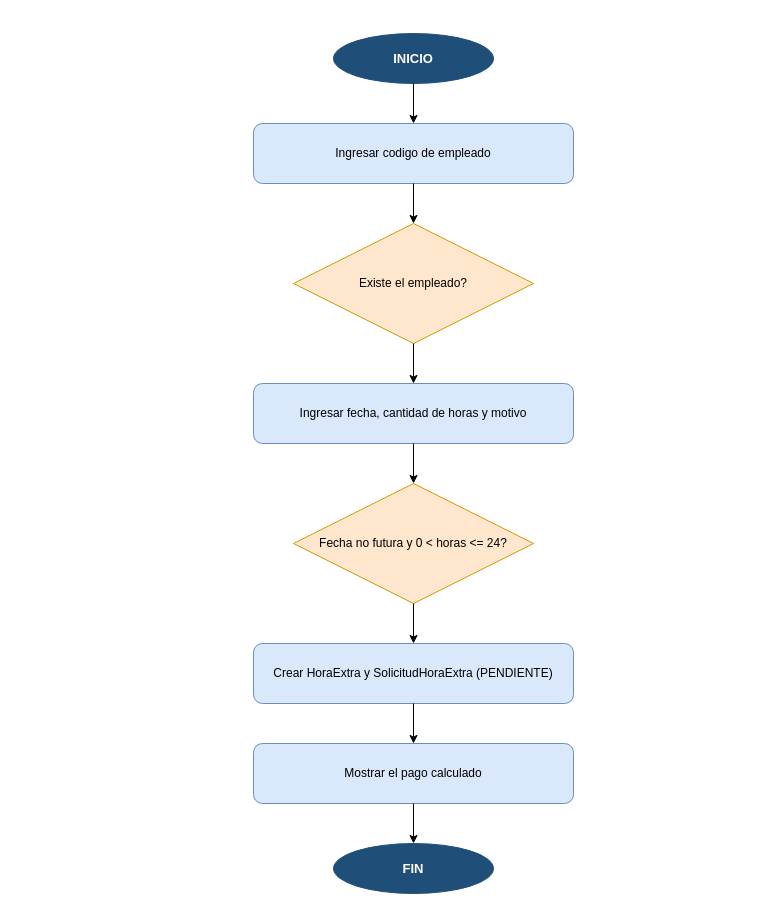
Before: drawio/flujo_registro_horas_extras.drawio in marlo4220mc/sistema-horas-extras, a draw.io diagram. Source tidied: cells renumbered, new cells numbered last; positions are measured from the earlier drawing's top-left corner, leaving out a move shared by most shapes. Both pictures are drawn from the tidied source at 100%, with x=0, y=0 at pixel (253, 33).
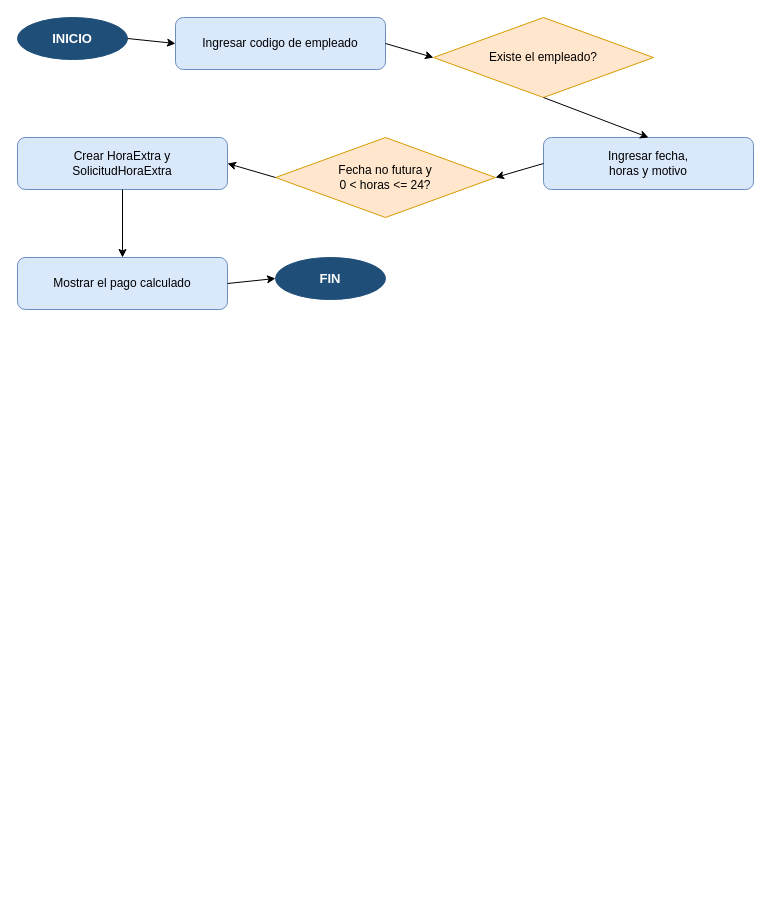
The same page after the edit.

Diff of the diagram source:
```diff
@@
 <mxGraphModel>
   <root>
     <mxCell id="0" />
     <mxCell id="1" parent="0" />
     <mxCell id="2" value="INICIO" style="ellipse;whiteSpace=wrap;html=1;fillColor=#1f4e79;fontColor=#ffffff;strokeColor=#1f4e79;fontStyle=1;fontSize=13;" parent="1" vertex="1">
-      <mxGeometry x="80" width="160" height="50" as="geometry" />
+      <mxGeometry x="-236" y="-16" width="110" height="42" as="geometry" />
     </mxCell>
     <mxCell id="3" value="Ingresar codigo de empleado" style="rounded=1;whiteSpace=wrap;html=1;fillColor=#dae8fc;strokeColor=#6c8ebf;fontSize=12;" parent="1" vertex="1">
-      <mxGeometry y="90" width="320" height="60" as="geometry" />
+      <mxGeometry x="-78" y="-16" width="210" height="52" as="geometry" />
     </mxCell>
-    <mxCell id="4" style="endArrow=classic;html=1;exitX=0.5;exitY=1;entryX=0.5;entryY=0;" parent="1" edge="1" source="2" target="3">
+    <mxCell id="4" style="endArrow=classic;html=1;exitX=1;exitY=0.5;entryX=0;entryY=0.5;" parent="1" edge="1" source="2" target="3">
       <mxGeometry relative="1" as="geometry" />
     </mxCell>
     <mxCell id="5" value="Existe el empleado?" style="rhombus;whiteSpace=wrap;html=1;fillColor=#ffe6cc;strokeColor=#d79b00;fontSize=12;" parent="1" vertex="1">
-      <mxGeometry x="40" y="190" width="240" height="120" as="geometry" />
+      <mxGeometry x="180" y="-16" width="220" height="80" as="geometry" />
     </mxCell>
-    <mxCell id="6" style="endArrow=classic;html=1;exitX=0.5;exitY=1;entryX=0.5;entryY=0;" parent="1" edge="1" source="3" target="5">
+    <mxCell id="6" style="endArrow=classic;html=1;exitX=1;exitY=0.5;entryX=0;entryY=0.5;" parent="1" edge="1" source="3" target="5">
       <mxGeometry relative="1" as="geometry" />
     </mxCell>
-    <mxCell id="7" value="Ingresar fecha, cantidad de horas y motivo" style="rounded=1;whiteSpace=wrap;html=1;fillColor=#dae8fc;strokeColor=#6c8ebf;fontSize=12;" parent="1" vertex="1">
-      <mxGeometry y="350" width="320" height="60" as="geometry" />
+    <mxCell id="7" value="Ingresar fecha,&#10;horas y motivo" style="rounded=1;whiteSpace=wrap;html=1;fillColor=#dae8fc;strokeColor=#6c8ebf;fontSize=12;" parent="1" vertex="1">
+      <mxGeometry x="290" y="104" width="210" height="52" as="geometry" />
     </mxCell>
     <mxCell id="8" style="endArrow=classic;html=1;exitX=0.5;exitY=1;entryX=0.5;entryY=0;" parent="1" edge="1" source="5" target="7">
       <mxGeometry relative="1" as="geometry" />
     </mxCell>
-    <mxCell id="9" value="Fecha no futura y 0 &lt; horas &lt;= 24?" style="rhombus;whiteSpace=wrap;html=1;fillColor=#ffe6cc;strokeColor=#d79b00;fontSize=12;" parent="1" vertex="1">
-      <mxGeometry x="40" y="450" width="240" height="120" as="geometry" />
+    <mxCell id="9" value="Fecha no futura y&#10;0 &lt; horas &lt;= 24?" style="rhombus;whiteSpace=wrap;html=1;fillColor=#ffe6cc;strokeColor=#d79b00;fontSize=12;" parent="1" vertex="1">
+      <mxGeometry x="22" y="104" width="220" height="80" as="geometry" />
     </mxCell>
-    <mxCell id="10" style="endArrow=classic;html=1;exitX=0.5;exitY=1;entryX=0.5;entryY=0;" parent="1" edge="1" source="7" target="9">
+    <mxCell id="10" style="endArrow=classic;html=1;exitX=0;exitY=0.5;entryX=1;entryY=0.5;" parent="1" edge="1" source="7" target="9">
       <mxGeometry relative="1" as="geometry" />
     </mxCell>
-    <mxCell id="11" value="Crear HoraExtra y SolicitudHoraExtra (PENDIENTE)" style="rounded=1;whiteSpace=wrap;html=1;fillColor=#dae8fc;strokeColor=#6c8ebf;fontSize=12;" parent="1" vertex="1">
-      <mxGeometry y="610" width="320" height="60" as="geometry" />
+    <mxCell id="11" value="Crear HoraExtra y&#10;SolicitudHoraExtra" style="rounded=1;whiteSpace=wrap;html=1;fillColor=#dae8fc;strokeColor=#6c8ebf;fontSize=12;" parent="1" vertex="1">
+      <mxGeometry x="-236" y="104" width="210" height="52" as="geometry" />
     </mxCell>
-    <mxCell id="12" style="endArrow=classic;html=1;exitX=0.5;exitY=1;entryX=0.5;entryY=0;" parent="1" edge="1" source="9" target="11">
+    <mxCell id="12" style="endArrow=classic;html=1;exitX=0;exitY=0.5;entryX=1;entryY=0.5;" parent="1" edge="1" source="9" target="11">
       <mxGeometry relative="1" as="geometry" />
     </mxCell>
     <mxCell id="13" value="Mostrar el pago calculado" style="rounded=1;whiteSpace=wrap;html=1;fillColor=#dae8fc;strokeColor=#6c8ebf;fontSize=12;" parent="1" vertex="1">
-      <mxGeometry y="710" width="320" height="60" as="geometry" />
+      <mxGeometry x="-236" y="224" width="210" height="52" as="geometry" />
     </mxCell>
     <mxCell id="14" style="endArrow=classic;html=1;exitX=0.5;exitY=1;entryX=0.5;entryY=0;" parent="1" edge="1" source="11" target="13">
       <mxGeometry relative="1" as="geometry" />
     </mxCell>
     <mxCell id="15" value="FIN" style="ellipse;whiteSpace=wrap;html=1;fillColor=#1f4e79;fontColor=#ffffff;strokeColor=#1f4e79;fontStyle=1;fontSize=13;" parent="1" vertex="1">
-      <mxGeometry x="80" y="810" width="160" height="50" as="geometry" />
+      <mxGeometry x="22" y="224" width="110" height="42" as="geometry" />
     </mxCell>
-    <mxCell id="16" style="endArrow=classic;html=1;exitX=0.5;exitY=1;entryX=0.5;entryY=0;" parent="1" edge="1" source="13" target="15">
+    <mxCell id="16" style="endArrow=classic;html=1;exitX=1;exitY=0.5;entryX=0;entryY=0.5;" parent="1" edge="1" source="13" target="15">
       <mxGeometry relative="1" as="geometry" />
     </mxCell>
   </root>
 </mxGraphModel>
```
